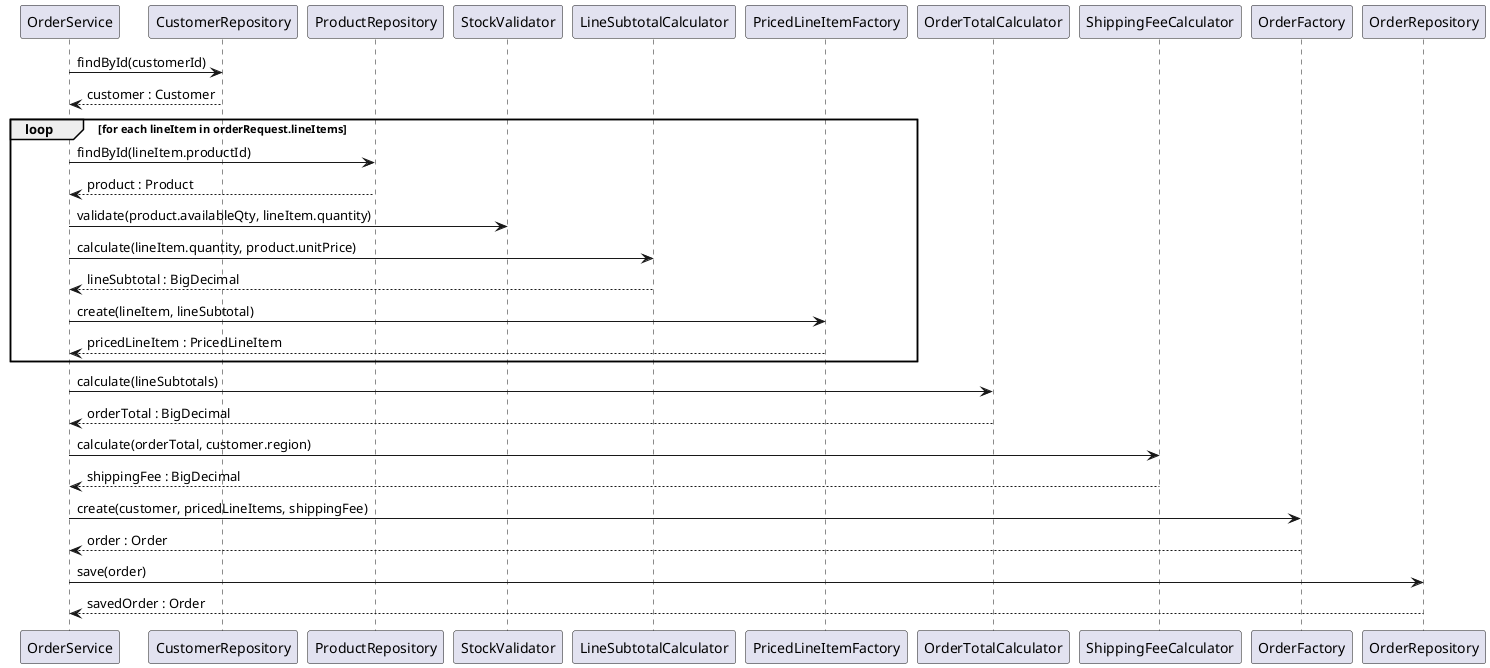
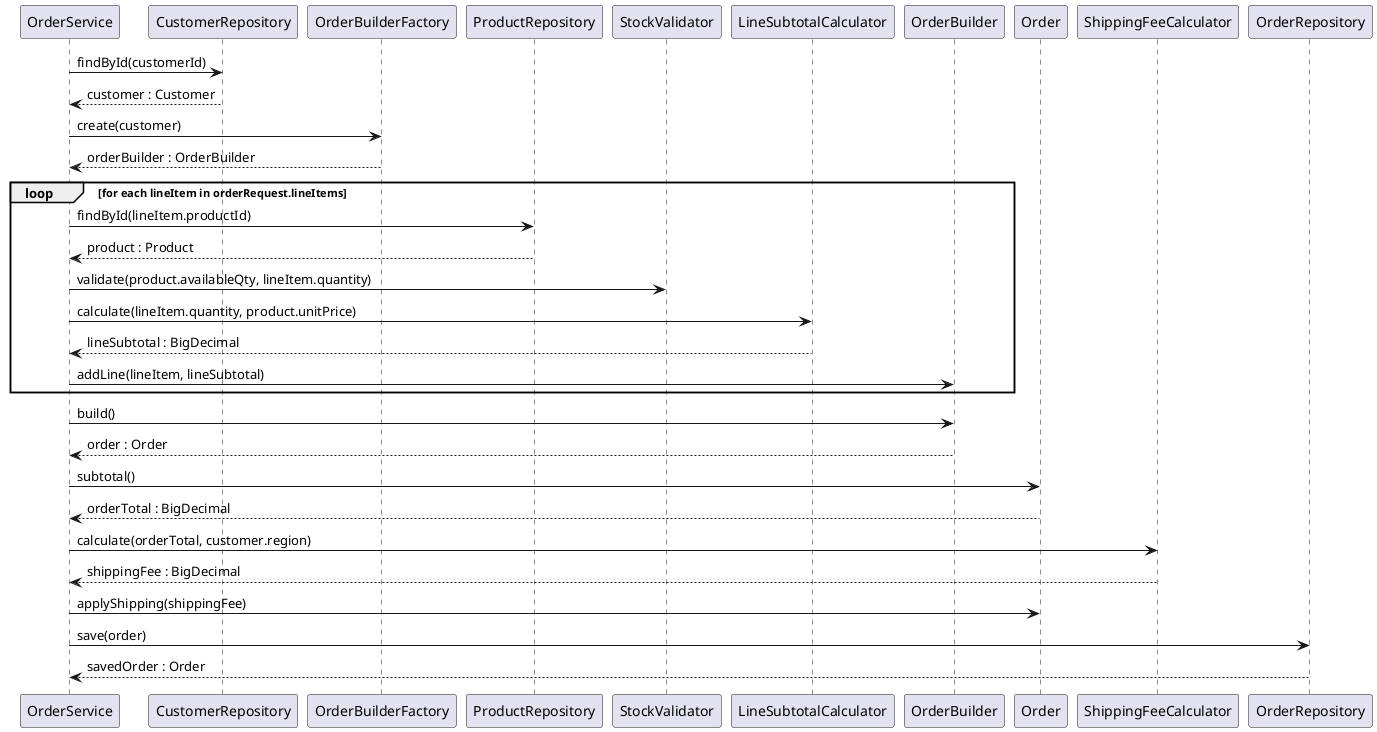
@startuml
' @package com.disc.order
OrderService -> CustomerRepository: findById(customerId)
- CustomerRepository --> OrderService: customer : Customer
+ OrderService <-- CustomerRepository: customer : Customer
+ OrderService -> OrderBuilderFactory: create(customer)
+ OrderService <-- OrderBuilderFactory: orderBuilder : OrderBuilder
loop for each lineItem in orderRequest.lineItems
    OrderService -> ProductRepository: findById(lineItem.productId)
-     ProductRepository --> OrderService: product : Product
+     OrderService <-- ProductRepository: product : Product
    OrderService -> StockValidator: validate(product.availableQty, lineItem.quantity)
    OrderService -> LineSubtotalCalculator: calculate(lineItem.quantity, product.unitPrice)
-     LineSubtotalCalculator --> OrderService: lineSubtotal : BigDecimal
-     OrderService -> PricedLineItemFactory: create(lineItem, lineSubtotal)
-     PricedLineItemFactory --> OrderService: pricedLineItem : PricedLineItem
+     OrderService <-- LineSubtotalCalculator: lineSubtotal : BigDecimal
+     OrderService -> OrderBuilder: addLine(lineItem, lineSubtotal)
end
- OrderService -> OrderTotalCalculator: calculate(lineSubtotals)
- OrderTotalCalculator --> OrderService: orderTotal : BigDecimal
+ OrderService -> OrderBuilder: build()
+ OrderService <-- OrderBuilder: order : Order
+ OrderService -> Order: subtotal()
+ OrderService <-- Order: orderTotal : BigDecimal
OrderService -> ShippingFeeCalculator: calculate(orderTotal, customer.region)
- ShippingFeeCalculator --> OrderService: shippingFee : BigDecimal
- OrderService -> OrderFactory: create(customer, pricedLineItems, shippingFee)
- OrderFactory --> OrderService: order : Order
+ OrderService <-- ShippingFeeCalculator: shippingFee : BigDecimal
+ OrderService -> Order: applyShipping(shippingFee)
OrderService -> OrderRepository: save(order)
- OrderRepository --> OrderService: savedOrder : Order
+ OrderService <-- OrderRepository: savedOrder : Order
@enduml
